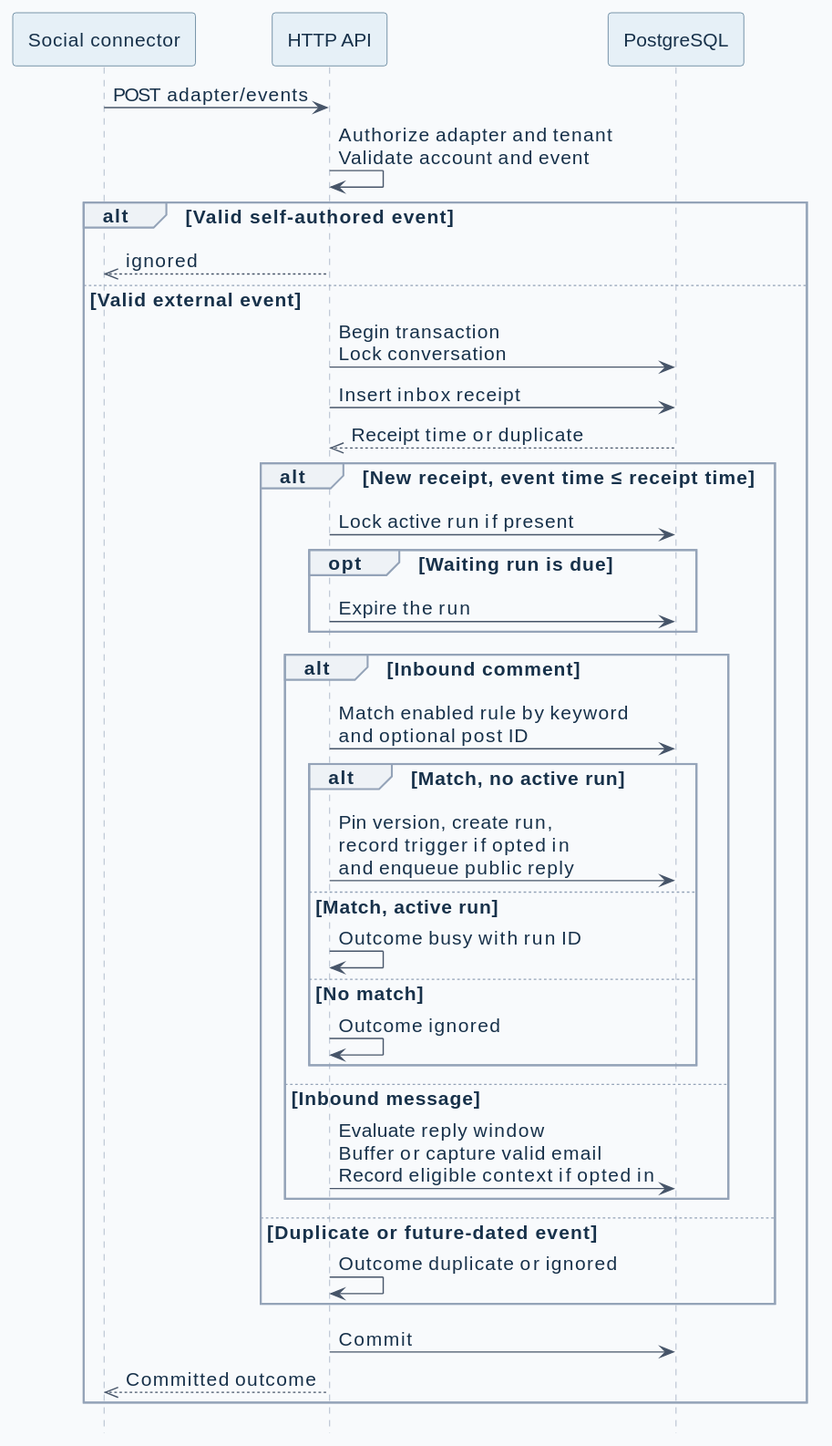
ByAxe/blotato-comment-automations keeps this PlantUML diagram as docs/diagrams/ingestion.svg. Above is the earlier version. Its source is kept beside it as docs/diagrams/ingestion.puml. Source of this version:
```plantuml
@startuml
hide footbox
skinparam BackgroundColor #F8FAFC
skinparam DefaultFontName SansSerif
skinparam DefaultFontColor #17314A
skinparam DefaultFontSize 15
skinparam Shadowing false
skinparam ArrowColor #475569
skinparam SequenceLifeLineBorderColor #94A3B8
skinparam SequenceParticipantBackgroundColor #E6F0F7
skinparam SequenceParticipantBorderColor #456C87
skinparam SequenceGroupBackgroundColor #EEF2F6
skinparam SequenceGroupBorderColor #94A3B8
<style>
participant {
  Padding 12
}
</style>
skinparam BoxPadding 12
skinparam maxMessageSize 260

participant "Social connector" as gateway
participant "HTTP API" as api
participant "PostgreSQL" as db

gateway -> api : POST adapter/events
api -> api : Authorize adapter and tenant\nValidate account and event
alt Valid self-authored event
  api -->> gateway : ignored
else Valid external event
  api -> db : Begin transaction\nLock conversation
  api -> db : Insert inbox receipt
  db -->> api : Receipt time or duplicate
  alt New receipt, event time ≤ receipt time
    api -> db : Lock active run if present
    opt Waiting run is due
      api -> db : Expire the run
    end
    alt Inbound comment
      api -> db : Match enabled rule by keyword\nand optional post ID
      alt Match, no active run
        api -> db : Pin version, create run,\nrecord trigger if opted in\nand enqueue public reply
      else Match, active run
        api -> api : Outcome busy with run ID
      else No match
        api -> api : Outcome ignored
      end
    else Inbound message
      api -> db : Evaluate reply window\nBuffer or capture valid email\nRecord eligible context if opted in
    end
  else Duplicate or future-dated event
    api -> api : Outcome duplicate or ignored
  end
  api -> db : Commit
  api -->> gateway : Committed outcome
end
@enduml
```
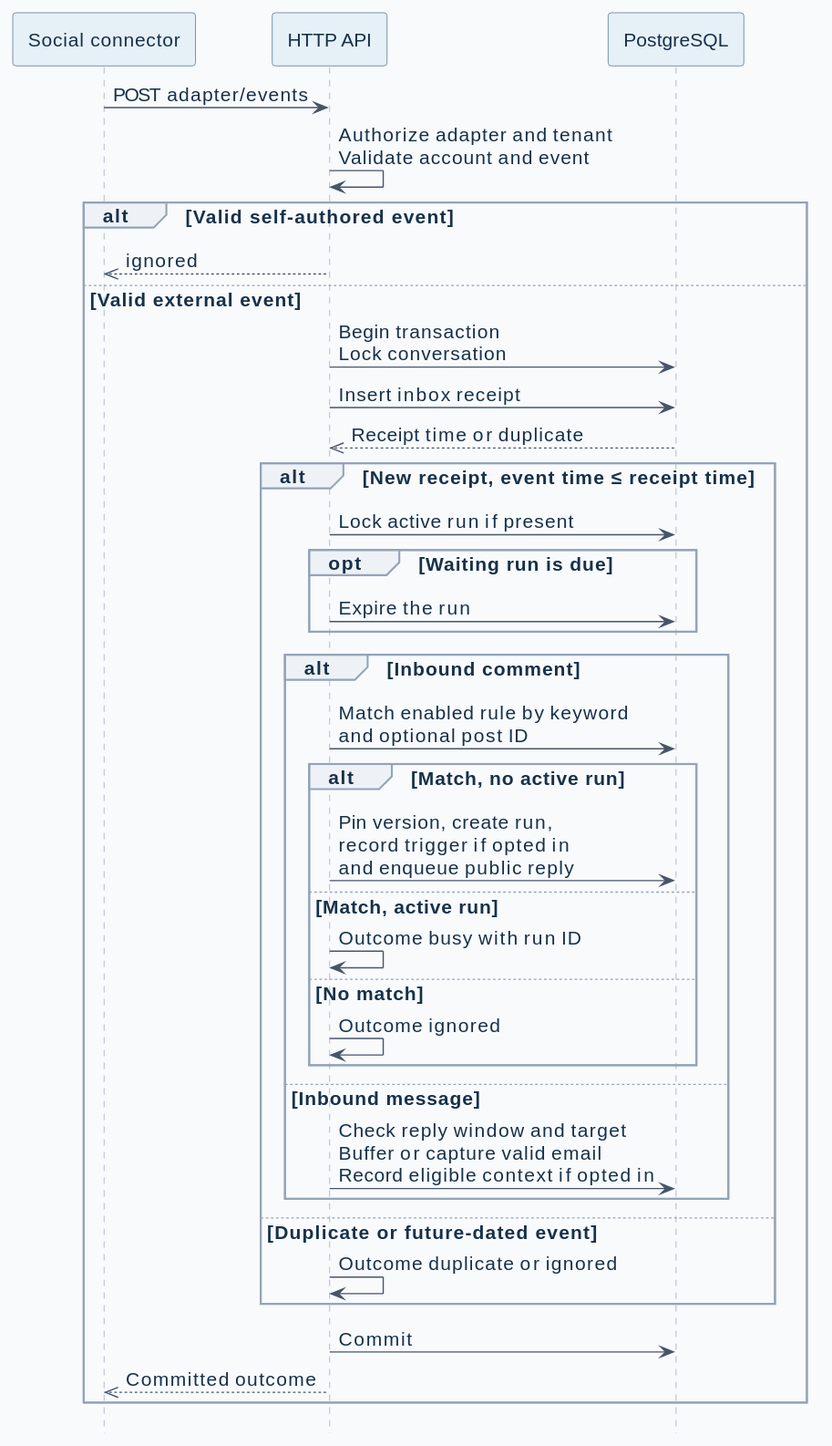
Later version of the same file.

Change to the diagram source:
```diff
@@ -46,7 +46,7 @@
         api -> api : Outcome ignored
       end
     else Inbound message
-      api -> db : Evaluate reply window\nBuffer or capture valid email\nRecord eligible context if opted in
+      api -> db : Check reply window and target\nBuffer or capture valid email\nRecord eligible context if opted in
     end
   else Duplicate or future-dated event
     api -> api : Outcome duplicate or ignored
```
